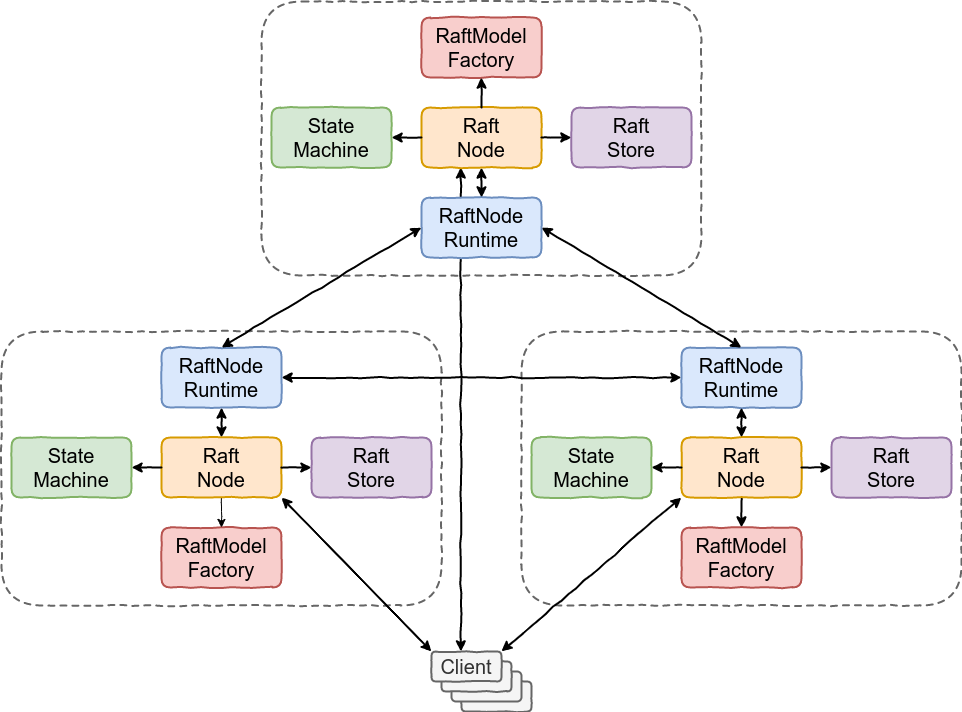
The draw.io diagram microraft.io/src/img/architectural_overview.png in MicroRaft/MicroRaft, before a commit. Source tidied: cells renumbered, new cells last; positions are measured from the earlier drawing's top-left corner, leaving out a move shared by most shapes.
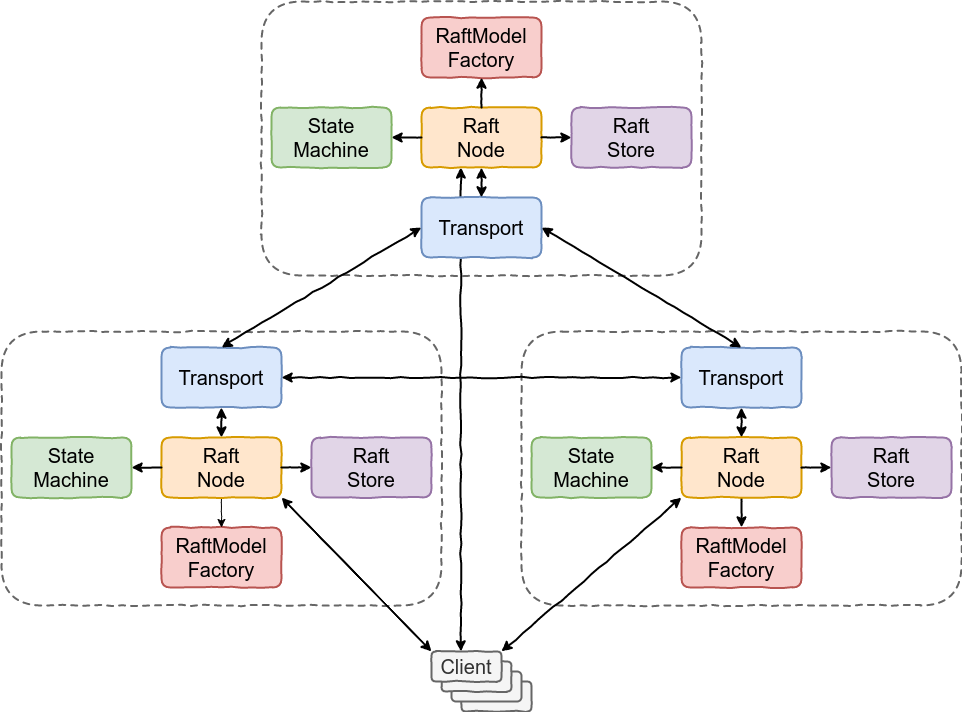
After the commit.

The edit, as a diff of the source:
```diff
@@ -32,7 +32,7 @@
     <mxCell id="11" value="&lt;span style=&quot;font-size: 20px&quot;&gt;State&lt;br&gt;Machine&lt;br&gt;&lt;/span&gt;" style="rounded=1;whiteSpace=wrap;html=1;fillColor=#d5e8d4;strokeColor=#82b366;comic=1;strokeWidth=2;" parent="5" vertex="1">
       <mxGeometry x="10" y="106" width="120" height="60" as="geometry" />
     </mxCell>
-    <mxCell id="12" value="&lt;span style=&quot;font-size: 20px&quot;&gt;RaftNode&lt;br&gt;Runtime&lt;br&gt;&lt;/span&gt;" style="rounded=1;whiteSpace=wrap;html=1;fillColor=#dae8fc;strokeColor=#6c8ebf;comic=1;strokeWidth=2;" parent="5" vertex="1">
+    <mxCell id="12" value="&lt;span style=&quot;font-size: 20px&quot;&gt;Transport&lt;br&gt;&lt;/span&gt;" style="rounded=1;whiteSpace=wrap;html=1;fillColor=#dae8fc;strokeColor=#6c8ebf;comic=1;strokeWidth=2;" parent="5" vertex="1">
       <mxGeometry x="160" y="16" width="120" height="60" as="geometry" />
     </mxCell>
     <mxCell id="13" style="endArrow=classic;html=1;exitX=1;exitY=0.5;exitDx=0;exitDy=0;startArrow=none;startFill=0;entryX=0;entryY=0.5;entryDx=0;entryDy=0;comic=1;strokeWidth=2;" parent="5" edge="1" source="9" target="10">
@@ -65,7 +65,7 @@
     <mxCell id="22" value="&lt;span style=&quot;font-size: 20px&quot;&gt;State&lt;br&gt;Machine&lt;br&gt;&lt;/span&gt;" style="rounded=1;whiteSpace=wrap;html=1;fillColor=#d5e8d4;strokeColor=#82b366;comic=1;strokeWidth=2;" parent="16" vertex="1">
       <mxGeometry x="10" y="106" width="120" height="60" as="geometry" />
     </mxCell>
-    <mxCell id="23" value="&lt;span style=&quot;font-size: 20px&quot;&gt;RaftNode&lt;br&gt;Runtime&lt;br&gt;&lt;/span&gt;" style="rounded=1;whiteSpace=wrap;html=1;fillColor=#dae8fc;strokeColor=#6c8ebf;comic=1;strokeWidth=2;" parent="16" vertex="1">
+    <mxCell id="23" value="&lt;span style=&quot;font-size: 20px&quot;&gt;Transport&lt;br&gt;&lt;/span&gt;" style="rounded=1;whiteSpace=wrap;html=1;fillColor=#dae8fc;strokeColor=#6c8ebf;comic=1;strokeWidth=2;" parent="16" vertex="1">
       <mxGeometry x="160" y="16" width="120" height="60" as="geometry" />
     </mxCell>
     <mxCell id="24" style="endArrow=classic;html=1;exitX=1;exitY=0.5;exitDx=0;exitDy=0;startArrow=none;startFill=0;entryX=0;entryY=0.5;entryDx=0;entryDy=0;comic=1;strokeWidth=2;" parent="16" edge="1" source="20" target="21">
@@ -83,7 +83,7 @@
     <mxCell id="28" style="rounded=1;whiteSpace=wrap;html=1;dashed=1;fillColor=none;comic=1;strokeWidth=2;strokeColor=#666666;" parent="27" vertex="1">
       <mxGeometry width="440" height="274" as="geometry" />
     </mxCell>
-    <mxCell id="29" value="&lt;span style=&quot;font-size: 20px&quot;&gt;RaftNode&lt;br&gt;Runtime&lt;br&gt;&lt;/span&gt;" style="rounded=1;whiteSpace=wrap;html=1;fillColor=#dae8fc;strokeColor=#6c8ebf;comic=1;strokeWidth=2;" parent="27" vertex="1">
+    <mxCell id="29" value="&lt;span style=&quot;font-size: 20px&quot;&gt;Transport&lt;br&gt;&lt;/span&gt;" style="rounded=1;whiteSpace=wrap;html=1;fillColor=#dae8fc;strokeColor=#6c8ebf;comic=1;strokeWidth=2;" parent="27" vertex="1">
       <mxGeometry x="160" y="196" width="120" height="60" as="geometry" />
     </mxCell>
     <mxCell id="30" style="endArrow=classic;html=1;exitX=0.5;exitY=1;exitDx=0;exitDy=0;entryX=0.5;entryY=0;entryDx=0;entryDy=0;startArrow=classic;startFill=1;comic=1;strokeWidth=2;" parent="27" edge="1" source="31" target="29">
```
